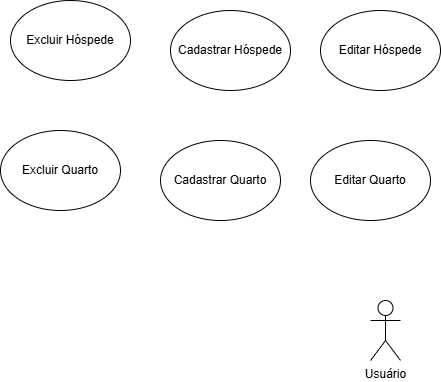
Above: Docs/Diagrama caso de uso.drawio.png in joao-marcos-azvd/Gestao_Hoteis (draw.io), before the change. Source tidied: cells renumbered, new cells last; positions are measured from the earlier drawing's top-left corner, leaving out a move shared by most shapes.
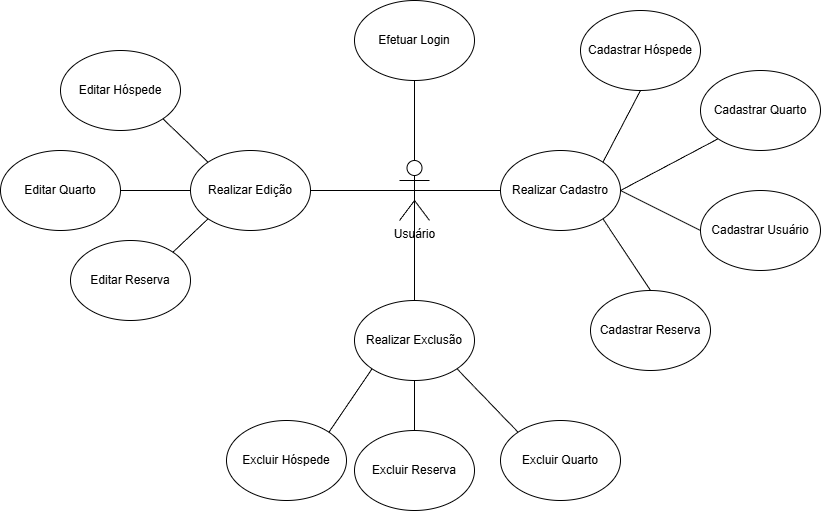
After the change.

The edit, as a diff of the source:
```diff
@@ -3,25 +3,93 @@
     <mxCell id="0" />
     <mxCell id="1" parent="0" />
     <mxCell id="2" value="Usuário" style="shape=umlActor;verticalLabelPosition=bottom;verticalAlign=top;html=1;outlineConnect=0;" parent="1" vertex="1">
-      <mxGeometry x="370" y="300" width="30" height="60" as="geometry" />
+      <mxGeometry x="403" y="180" width="30" height="60" as="geometry" />
     </mxCell>
     <mxCell id="3" value="Cadastrar Hóspede" style="ellipse;whiteSpace=wrap;html=1;" parent="1" vertex="1">
-      <mxGeometry x="170" y="10" width="120" height="80" as="geometry" />
+      <mxGeometry x="584" y="30" width="120" height="80" as="geometry" />
     </mxCell>
     <mxCell id="4" value="Editar Hóspede" style="ellipse;whiteSpace=wrap;html=1;" parent="1" vertex="1">
-      <mxGeometry x="320" y="10" width="120" height="80" as="geometry" />
+      <mxGeometry x="64" y="70" width="120" height="80" as="geometry" />
     </mxCell>
     <mxCell id="5" value="Excluir Hóspede" style="ellipse;whiteSpace=wrap;html=1;" parent="1" vertex="1">
-      <mxGeometry x="10" width="120" height="80" as="geometry" />
+      <mxGeometry x="230" y="440" width="120" height="80" as="geometry" />
     </mxCell>
     <mxCell id="6" value="Cadastrar Quarto" style="ellipse;whiteSpace=wrap;html=1;" parent="1" vertex="1">
-      <mxGeometry x="160" y="140" width="120" height="80" as="geometry" />
+      <mxGeometry x="704" y="90" width="120" height="80" as="geometry" />
     </mxCell>
     <mxCell id="7" value="Editar Quarto" style="ellipse;whiteSpace=wrap;html=1;" parent="1" vertex="1">
-      <mxGeometry x="310" y="140" width="120" height="80" as="geometry" />
+      <mxGeometry x="4" y="170" width="120" height="80" as="geometry" />
     </mxCell>
     <mxCell id="8" value="Excluir Quarto" style="ellipse;whiteSpace=wrap;html=1;" parent="1" vertex="1">
-      <mxGeometry y="130" width="120" height="80" as="geometry" />
+      <mxGeometry x="504" y="440" width="120" height="80" as="geometry" />
     </mxCell>
+    <mxCell id="9" value="Cadastrar Usuário" style="ellipse;whiteSpace=wrap;html=1;" parent="1" vertex="1">
+      <mxGeometry x="704" y="210" width="120" height="80" as="geometry" />
+    </mxCell>
+    <mxCell id="10" value="Efetuar Login" style="ellipse;whiteSpace=wrap;html=1;" parent="1" vertex="1">
+      <mxGeometry x="358" y="20" width="120" height="80" as="geometry" />
+    </mxCell>
+    <mxCell id="11" value="Cadastrar Reserva" style="ellipse;whiteSpace=wrap;html=1;" parent="1" vertex="1">
+      <mxGeometry x="594" y="310" width="120" height="80" as="geometry" />
+    </mxCell>
+    <mxCell id="12" value="Excluir Reserva" style="ellipse;whiteSpace=wrap;html=1;" parent="1" vertex="1">
+      <mxGeometry x="358" y="450" width="120" height="80" as="geometry" />
+    </mxCell>
+    <mxCell id="13" value="Editar Reserva" style="ellipse;whiteSpace=wrap;html=1;" parent="1" vertex="1">
+      <mxGeometry x="74" y="260" width="120" height="80" as="geometry" />
+    </mxCell>
+    <mxCell id="14" style="endArrow=none;html=1;rounded=0;entryX=0.5;entryY=1;entryDx=0;entryDy=0;exitX=0.5;exitY=0;exitDx=0;exitDy=0;exitPerimeter=0;" parent="1" edge="1" source="2" target="10">
+      <mxGeometry relative="1" as="geometry" />
+    </mxCell>
+    <mxCell id="15" value="Realizar Cadastro" style="ellipse;whiteSpace=wrap;html=1;" parent="1" vertex="1">
+      <mxGeometry x="504" y="170" width="120" height="80" as="geometry" />
+    </mxCell>
+    <mxCell id="16" style="endArrow=none;html=1;rounded=0;entryX=0.5;entryY=1;entryDx=0;entryDy=0;exitX=1;exitY=0;exitDx=0;exitDy=0;" parent="1" edge="1" source="15" target="3">
+      <mxGeometry relative="1" as="geometry" />
+    </mxCell>
+    <mxCell id="17" style="endArrow=none;html=1;rounded=0;entryX=0;entryY=1;entryDx=0;entryDy=0;exitX=1;exitY=0.5;exitDx=0;exitDy=0;" parent="1" edge="1" source="15" target="6">
+      <mxGeometry relative="1" as="geometry" />
+    </mxCell>
+    <mxCell id="18" style="endArrow=none;html=1;rounded=0;entryX=0;entryY=0.5;entryDx=0;entryDy=0;exitX=1;exitY=0.5;exitDx=0;exitDy=0;" parent="1" edge="1" source="15" target="9">
+      <mxGeometry relative="1" as="geometry" />
+    </mxCell>
+    <mxCell id="19" style="endArrow=none;html=1;rounded=0;entryX=0.5;entryY=0;entryDx=0;entryDy=0;exitX=1;exitY=1;exitDx=0;exitDy=0;" parent="1" edge="1" source="15" target="11">
+      <mxGeometry relative="1" as="geometry" />
+    </mxCell>
+    <mxCell id="20" style="endArrow=none;html=1;rounded=0;entryX=0;entryY=0.5;entryDx=0;entryDy=0;exitX=0.5;exitY=0.5;exitDx=0;exitDy=0;exitPerimeter=0;" parent="1" edge="1" source="2" target="15">
+      <mxGeometry relative="1" as="geometry" />
+    </mxCell>
+    <mxCell id="21" value="Realizar Edição" style="ellipse;whiteSpace=wrap;html=1;" parent="1" vertex="1">
+      <mxGeometry x="194" y="170" width="120" height="80" as="geometry" />
+    </mxCell>
+    <mxCell id="22" style="endArrow=none;html=1;rounded=0;entryX=1;entryY=1;entryDx=0;entryDy=0;exitX=0;exitY=0;exitDx=0;exitDy=0;" parent="1" edge="1" source="21" target="4">
+      <mxGeometry relative="1" as="geometry" />
+    </mxCell>
+    <mxCell id="23" style="endArrow=none;html=1;rounded=0;entryX=0;entryY=0.5;entryDx=0;entryDy=0;exitX=1;exitY=0.5;exitDx=0;exitDy=0;" parent="1" edge="1" source="7" target="21">
+      <mxGeometry relative="1" as="geometry" />
+    </mxCell>
+    <mxCell id="24" style="endArrow=none;html=1;rounded=0;entryX=0;entryY=1;entryDx=0;entryDy=0;exitX=1;exitY=0;exitDx=0;exitDy=0;" parent="1" edge="1" source="13" target="21">
+      <mxGeometry relative="1" as="geometry" />
+    </mxCell>
+    <mxCell id="25" style="endArrow=none;html=1;rounded=0;entryX=0.5;entryY=0.5;entryDx=0;entryDy=0;exitX=1;exitY=0.5;exitDx=0;exitDy=0;entryPerimeter=0;" parent="1" edge="1" source="21" target="2">
+      <mxGeometry relative="1" as="geometry" />
+    </mxCell>
+    <mxCell id="26" value="Realizar Exclusão" style="ellipse;whiteSpace=wrap;html=1;" parent="1" vertex="1">
+      <mxGeometry x="358" y="320" width="120" height="80" as="geometry" />
+    </mxCell>
+    <mxCell id="27" style="endArrow=none;html=1;rounded=0;entryX=1;entryY=0;entryDx=0;entryDy=0;exitX=0;exitY=1;exitDx=0;exitDy=0;" parent="1" edge="1" source="26" target="5">
+      <mxGeometry relative="1" as="geometry" />
+    </mxCell>
+    <mxCell id="28" style="endArrow=none;html=1;rounded=0;entryX=0;entryY=0;entryDx=0;entryDy=0;exitX=1;exitY=1;exitDx=0;exitDy=0;" parent="1" edge="1" source="26" target="8">
+      <mxGeometry relative="1" as="geometry" />
+    </mxCell>
+    <mxCell id="29" style="endArrow=none;html=1;rounded=0;entryX=0.5;entryY=1;entryDx=0;entryDy=0;exitX=0.5;exitY=0;exitDx=0;exitDy=0;" parent="1" edge="1" source="12" target="26">
+      <mxGeometry relative="1" as="geometry" />
+    </mxCell>
+    <mxCell id="30" style="endArrow=none;html=1;rounded=0;exitX=0.5;exitY=0;exitDx=0;exitDy=0;" parent="1" edge="1" source="26">
+      <mxGeometry relative="1" as="geometry">
+        <mxPoint x="418" y="210" as="targetPoint" />
+      </mxGeometry>
+    </mxCell>
   </root>
 </mxGraphModel>
```
